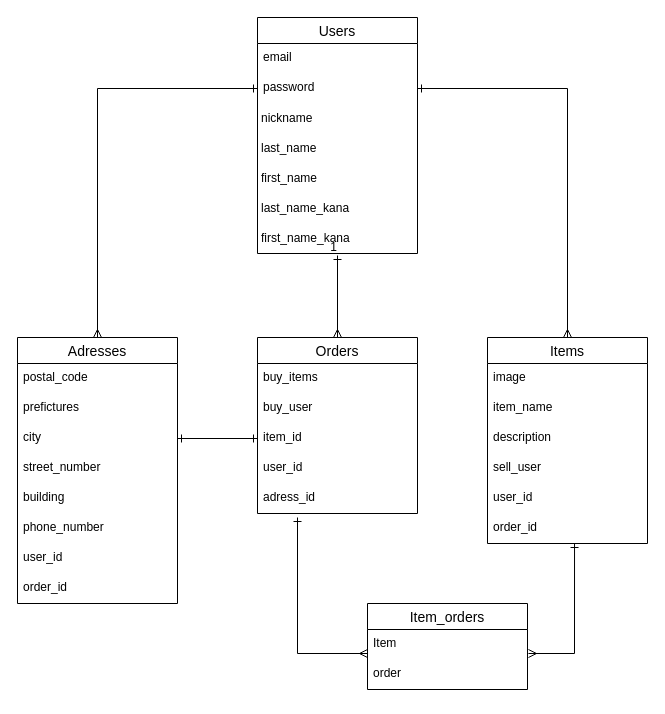
yuki421/furima-35513 keeps this draw.io diagram as draw_data.dio. Above is the earlier version. Source tidied: cells renumbered, new cells numbered last; positions are measured from the earlier drawing's top-left corner, leaving out a move shared by most shapes. Both pictures are drawn from the tidied source at 100%, with x=0, y=0 at pixel (17, 17).
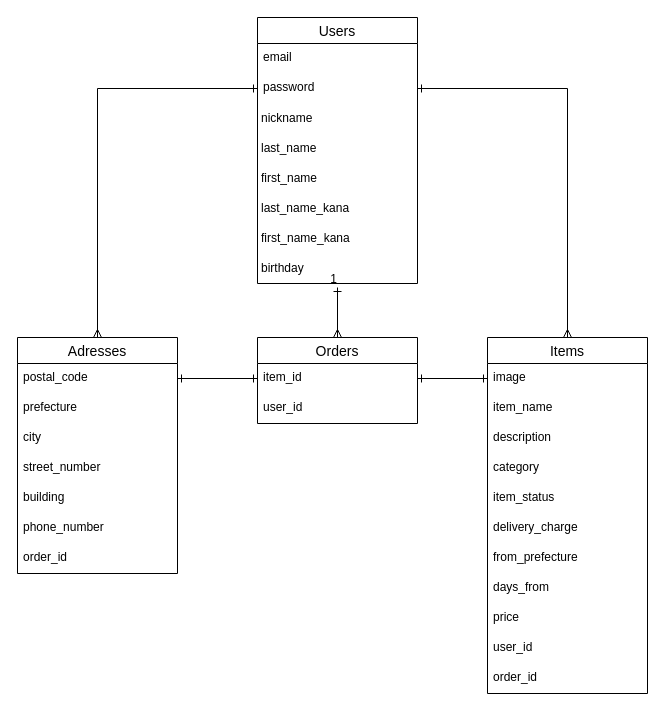
Above is the later version.

Commit message (it also covers changes not shown here):
データベースの設計（修正）

The change refers to these unchanged cells:
```xml
<mxCell id="9" value="first_name_kana" style="text;html=1;align=left;verticalAlign=middle;points=[];fillColor=none;strokeColor=none;rounded=0;shadow=0;fontSize=12;spacing=4;" parent="2" vertex="1">
  <mxGeometry y="206" width="160" height="30" as="geometry" />
</mxCell>
<mxCell id="11" value="image" style="text;strokeColor=none;fillColor=none;spacingLeft=4;spacingRight=4;overflow=hidden;points=[[0,0.5],[1,0.5]];portConstraint=eastwest;fontSize=12;" parent="10" vertex="1">
  <mxGeometry y="26" width="160" height="30" as="geometry" />
</mxCell>
<mxCell id="18" value="postal_code" style="text;strokeColor=none;fillColor=none;spacingLeft=4;spacingRight=4;overflow=hidden;points=[[0,0.5],[1,0.5]];portConstraint=eastwest;fontSize=12;" parent="17" vertex="1">
  <mxGeometry y="26" width="160" height="30" as="geometry" />
</mxCell>
<mxCell id="20" value="city" style="text;strokeColor=none;fillColor=none;spacingLeft=4;spacingRight=4;overflow=hidden;points=[[0,0.5],[1,0.5]];portConstraint=eastwest;fontSize=12;" parent="17" vertex="1">
  <mxGeometry y="86" width="160" height="30" as="geometry" />
</mxCell>
```

The edit, as a diff of the source:
```diff
@@
     <mxCell id="2" value="Users" style="swimlane;fontStyle=0;horizontal=1;startSize=26;align=center;fontSize=14;shadow=0;" parent="1" vertex="1">
-      <mxGeometry x="240" width="160" height="236" as="geometry" />
+      <mxGeometry x="240" width="160" height="266" as="geometry" />
     </mxCell>
@@
+    <mxCell id="42" value="birthday" style="text;html=1;align=left;verticalAlign=middle;fillColor=none;strokeColor=none;rounded=0;shadow=0;fontSize=12;spacing=4;" parent="2" vertex="1">
+      <mxGeometry y="236" width="160" height="30" as="geometry" />
+    </mxCell>
     <mxCell id="10" value="Items" style="swimlane;fontStyle=0;horizontal=1;startSize=26;align=center;fontSize=14;" parent="1" vertex="1">
-      <mxGeometry x="470" y="320" width="160" height="206" as="geometry" />
+      <mxGeometry x="470" y="320" width="160" height="356" as="geometry" />
     </mxCell>
@@
-    <mxCell id="14" value="sell_user" style="text;strokeColor=none;fillColor=none;spacingLeft=4;spacingRight=4;overflow=hidden;fontSize=12;" parent="10" vertex="1">
-      <mxGeometry y="116" width="160" height="30" as="geometry" />
-    </mxCell>
+    <mxCell id="43" value="category" style="text;strokeColor=none;fillColor=none;spacingLeft=4;spacingRight=4;overflow=hidden;fontSize=12;" parent="10" vertex="1">
+      <mxGeometry y="116" width="160" height="30" as="geometry" />
+    </mxCell>
+    <mxCell id="44" value="item_status" style="text;strokeColor=none;fillColor=none;spacingLeft=4;spacingRight=4;overflow=hidden;fontSize=12;" parent="10" vertex="1">
+      <mxGeometry y="146" width="160" height="30" as="geometry" />
+    </mxCell>
+    <mxCell id="45" value="delivery_charge" style="text;strokeColor=none;fillColor=none;spacingLeft=4;spacingRight=4;overflow=hidden;fontSize=12;" parent="10" vertex="1">
+      <mxGeometry y="176" width="160" height="30" as="geometry" />
+    </mxCell>
+    <mxCell id="46" value="from_prefecture" style="text;strokeColor=none;fillColor=none;spacingLeft=4;spacingRight=4;overflow=hidden;fontSize=12;" parent="10" vertex="1">
+      <mxGeometry y="206" width="160" height="30" as="geometry" />
+    </mxCell>
+    <mxCell id="47" value="days_from" style="text;strokeColor=none;fillColor=none;spacingLeft=4;spacingRight=4;overflow=hidden;fontSize=12;" parent="10" vertex="1">
+      <mxGeometry y="236" width="160" height="30" as="geometry" />
+    </mxCell>
+    <mxCell id="48" value="price" style="text;strokeColor=none;fillColor=none;spacingLeft=4;spacingRight=4;overflow=hidden;fontSize=12;" parent="10" vertex="1">
+      <mxGeometry y="266" width="160" height="30" as="geometry" />
+    </mxCell>
     <mxCell id="15" value="user_id" style="text;strokeColor=none;fillColor=none;spacingLeft=4;spacingRight=4;overflow=hidden;fontSize=12;" parent="10" vertex="1">
-      <mxGeometry y="146" width="160" height="30" as="geometry" />
+      <mxGeometry y="296" width="160" height="30" as="geometry" />
     </mxCell>
     <mxCell id="16" value="order_id" style="text;strokeColor=none;fillColor=none;spacingLeft=4;spacingRight=4;overflow=hidden;points=[[0,0.5],[1,0.5]];portConstraint=eastwest;fontSize=12;" parent="10" vertex="1">
-      <mxGeometry y="176" width="160" height="30" as="geometry" />
+      <mxGeometry y="326" width="160" height="30" as="geometry" />
     </mxCell>
     <mxCell id="17" value="Adresses" style="swimlane;fontStyle=0;horizontal=1;startSize=26;align=center;fontSize=14;shadow=0;" parent="1" vertex="1">
-      <mxGeometry y="320" width="160" height="266" as="geometry" />
+      <mxGeometry y="320" width="160" height="236" as="geometry" />
     </mxCell>
@@
-    <mxCell id="19" value="prefictures" style="text;strokeColor=none;fillColor=none;spacingLeft=4;spacingRight=4;overflow=hidden;fontSize=12;" parent="17" vertex="1">
+    <mxCell id="19" value="prefecture" style="text;strokeColor=none;fillColor=none;spacingLeft=4;spacingRight=4;overflow=hidden;fontSize=12;" parent="17" vertex="1">
       <mxGeometry y="56" width="160" height="30" as="geometry" />
     </mxCell>
@@
-    <mxCell id="24" value="user_id" style="text;strokeColor=none;fillColor=none;spacingLeft=4;spacingRight=4;overflow=hidden;fontSize=12;" parent="17" vertex="1">
-      <mxGeometry y="206" width="160" height="30" as="geometry" />
-    </mxCell>
     <mxCell id="25" value="order_id" style="text;strokeColor=none;fillColor=none;spacingLeft=4;spacingRight=4;overflow=hidden;fontSize=12;" parent="17" vertex="1">
-      <mxGeometry y="236" width="160" height="30" as="geometry" />
+      <mxGeometry y="206" width="160" height="30" as="geometry" />
     </mxCell>
@@
     <mxCell id="27" value="Orders" style="swimlane;fontStyle=0;horizontal=1;startSize=26;align=center;fontSize=14;" parent="1" vertex="1">
-      <mxGeometry x="240" y="320" width="160" height="176" as="geometry" />
+      <mxGeometry x="240" y="320" width="160" height="86" as="geometry" />
     </mxCell>
-    <mxCell id="28" value="buy_items" style="text;strokeColor=none;fillColor=none;spacingLeft=4;spacingRight=4;overflow=hidden;fontSize=12;" parent="27" vertex="1">
-      <mxGeometry y="26" width="160" height="30" as="geometry" />
-    </mxCell>
-    <mxCell id="29" value="buy_user" style="text;strokeColor=none;fillColor=none;spacingLeft=4;spacingRight=4;overflow=hidden;fontSize=12;" parent="27" vertex="1">
-      <mxGeometry y="56" width="160" height="30" as="geometry" />
-    </mxCell>
     <mxCell id="30" value="item_id" style="text;strokeColor=none;fillColor=none;spacingLeft=4;spacingRight=4;overflow=hidden;points=[[0,0.5],[1,0.5]];portConstraint=eastwest;fontSize=12;" parent="27" vertex="1">
-      <mxGeometry y="86" width="160" height="30" as="geometry" />
+      <mxGeometry y="26" width="160" height="30" as="geometry" />
     </mxCell>
     <mxCell id="31" value="user_id" style="text;strokeColor=none;fillColor=none;spacingLeft=4;spacingRight=4;overflow=hidden;fontSize=12;" parent="27" vertex="1">
-      <mxGeometry y="116" width="160" height="30" as="geometry" />
+      <mxGeometry y="56" width="160" height="30" as="geometry" />
     </mxCell>
-    <mxCell id="32" value="adress_id" style="text;strokeColor=none;fillColor=none;spacingLeft=4;spacingRight=4;overflow=hidden;fontSize=12;" parent="27" vertex="1">
-      <mxGeometry y="146" width="160" height="30" as="geometry" />
-    </mxCell>
-    <mxCell id="33" style="endArrow=ERone;html=1;rounded=0;exitX=0.5;exitY=0;exitDx=0;exitDy=0;entryX=0.5;entryY=1.067;entryDx=0;entryDy=0;entryPerimeter=0;startArrow=ERmany;startFill=0;endFill=0;" parent="1" edge="1" source="27" target="9">
-      <mxGeometry relative="1" as="geometry" />
+    <mxCell id="33" style="endArrow=ERone;html=1;rounded=0;exitX=0.5;exitY=0;exitDx=0;exitDy=0;startArrow=ERmany;startFill=0;endFill=0;" parent="1" edge="1" source="27">
+      <mxGeometry relative="1" as="geometry">
+        <mxPoint x="320" y="270" as="targetPoint" />
+      </mxGeometry>
     </mxCell>
@@
-    <mxCell id="36" style="endArrow=ERone;html=1;rounded=0;entryX=0;entryY=0.5;entryDx=0;entryDy=0;exitX=1;exitY=0.5;exitDx=0;exitDy=0;startArrow=ERone;startFill=0;endFill=0;" parent="1" edge="1" source="20" target="30">
+    <mxCell id="36" style="endArrow=ERone;html=1;rounded=0;entryX=0;entryY=0.5;entryDx=0;entryDy=0;exitX=1;exitY=0.5;exitDx=0;exitDy=0;startArrow=ERone;startFill=0;endFill=0;" parent="1" edge="1" source="18" target="30">
       <mxGeometry relative="1" as="geometry" />
     </mxCell>
-    <mxCell id="37" value="Item_orders" style="swimlane;fontStyle=0;horizontal=1;startSize=26;align=center;fontSize=14;" parent="1" vertex="1">
-      <mxGeometry x="350" y="586" width="160" height="86" as="geometry" />
-    </mxCell>
-    <mxCell id="38" value="Item" style="text;strokeColor=none;fillColor=none;spacingLeft=4;spacingRight=4;overflow=hidden;points=[[0,0.5],[1,0.5]];portConstraint=eastwest;fontSize=12;" parent="37" vertex="1">
-      <mxGeometry y="26" width="160" height="30" as="geometry" />
-    </mxCell>
-    <mxCell id="39" value="order" style="text;strokeColor=none;fillColor=none;spacingLeft=4;spacingRight=4;overflow=hidden;fontSize=12;" parent="37" vertex="1">
-      <mxGeometry y="56" width="160" height="30" as="geometry" />
-    </mxCell>
-    <mxCell id="40" style="endArrow=ERmany;html=1;rounded=0;entryX=0;entryY=0.8;entryDx=0;entryDy=0;entryPerimeter=0;startArrow=ERone;startFill=0;endFill=0;" parent="1" edge="1" target="38">
-      <mxGeometry relative="1" as="geometry">
-        <mxPoint x="280" y="500" as="sourcePoint" />
-        <Array as="points">
-          <mxPoint x="280" y="636" />
-        </Array>
-      </mxGeometry>
-    </mxCell>
-    <mxCell id="41" style="endArrow=ERmany;html=1;rounded=0;exitX=0.544;exitY=1;exitDx=0;exitDy=0;exitPerimeter=0;entryX=1.006;entryY=0.8;entryDx=0;entryDy=0;entryPerimeter=0;startArrow=ERone;startFill=0;endFill=0;" parent="1" edge="1" source="16" target="38">
-      <mxGeometry relative="1" as="geometry">
-        <Array as="points">
-          <mxPoint x="557" y="636" />
-        </Array>
-      </mxGeometry>
-    </mxCell>
+    <mxCell id="49" style="endArrow=ERone;html=1;rounded=0;exitX=1;exitY=0.5;exitDx=0;exitDy=0;entryX=0;entryY=0.5;entryDx=0;entryDy=0;startArrow=ERone;startFill=0;endFill=0;" parent="1" edge="1" source="30" target="11">
+      <mxGeometry relative="1" as="geometry" />
+    </mxCell>
```
